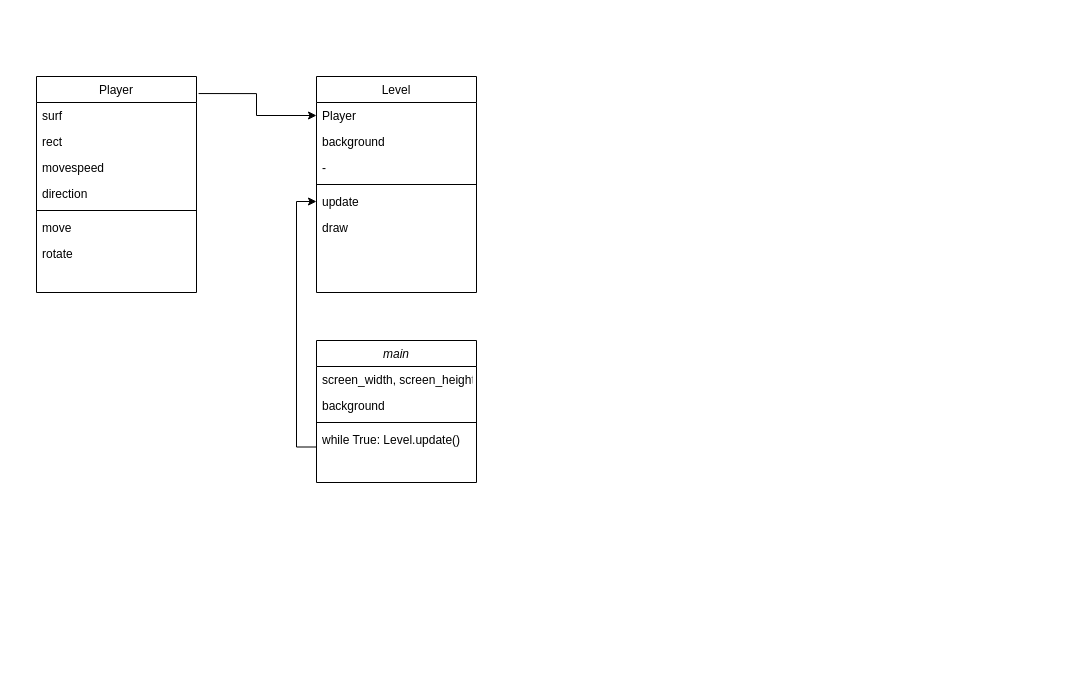
datameerkat/My-game-project keeps this draw.io diagram as Pseudo-code.drawio. Above is the earlier version. Source tidied: cells renumbered, new cells numbered last; positions are measured from the earlier drawing's top-left corner, leaving out a move shared by most shapes. Both pictures are drawn from the tidied source at 100%, with x=0, y=0 at pixel (36, 76).
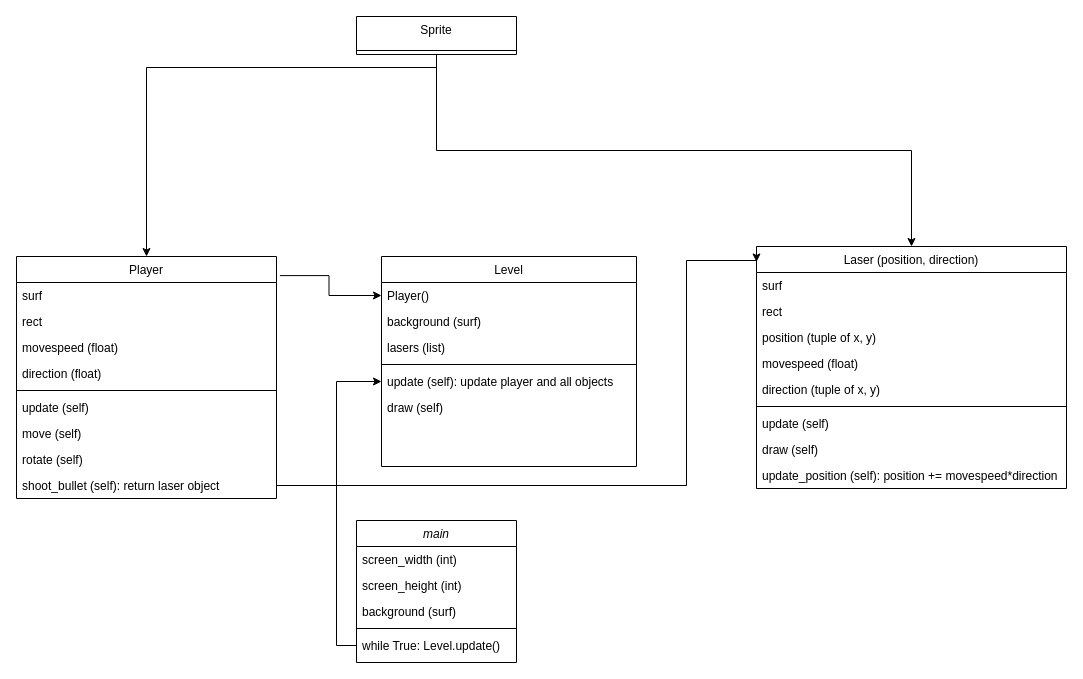
The same diagram, later.

Commit message:
laser class added

The edit, as a diff of the source:
```diff
@@
     <mxCell id="2" value="main" style="swimlane;fontStyle=2;align=center;verticalAlign=top;horizontal=1;startSize=26;rounded=0;shadow=0;strokeWidth=1;" parent="1" vertex="1">
-      <mxGeometry x="280" y="264" width="160" height="142" as="geometry" />
+      <mxGeometry x="320" y="444" width="160" height="142" as="geometry" />
     </mxCell>
-    <mxCell id="3" value="screen_width, screen_height" style="text;align=left;verticalAlign=top;spacingLeft=4;spacingRight=4;overflow=hidden;" parent="2" vertex="1">
+    <mxCell id="3" value="screen_width (int)" style="text;align=left;verticalAlign=top;spacingLeft=4;spacingRight=4;overflow=hidden;" parent="2" vertex="1">
       <mxGeometry y="26" width="160" height="26" as="geometry" />
     </mxCell>
-    <mxCell id="4" value="background" style="text;align=left;verticalAlign=top;spacingLeft=4;spacingRight=4;overflow=hidden;" parent="2" vertex="1">
+    <mxCell id="4" value="screen_height (int)" style="text;align=left;verticalAlign=top;spacingLeft=4;spacingRight=4;overflow=hidden;" parent="2" vertex="1">
       <mxGeometry y="52" width="160" height="26" as="geometry" />
     </mxCell>
+    <mxCell id="24" value="background (surf)" style="text;align=left;verticalAlign=top;spacingLeft=4;spacingRight=4;overflow=hidden;" parent="2" vertex="1">
+      <mxGeometry y="78" width="160" height="26" as="geometry" />
+    </mxCell>
     <mxCell id="5" style="line;html=1;strokeWidth=1;align=left;verticalAlign=middle;spacingTop=-1;spacingLeft=3;spacingRight=3;labelPosition=right;" parent="2" vertex="1">
-      <mxGeometry y="78" width="160" height="8" as="geometry" />
+      <mxGeometry y="104" width="160" height="8" as="geometry" />
     </mxCell>
     <mxCell id="6" value="while True: Level.update()" style="text;align=left;verticalAlign=top;spacingLeft=4;spacingRight=4;overflow=hidden;points=[[0,0.5],[1,0.5]];portConstraint=eastwest;" parent="2" vertex="1">
-      <mxGeometry y="86" width="160" height="26" as="geometry" />
+      <mxGeometry y="112" width="160" height="26" as="geometry" />
     </mxCell>
     <mxCell id="7" value="Player" style="swimlane;fontStyle=0;align=center;verticalAlign=top;horizontal=1;startSize=26;rounded=0;shadow=0;strokeWidth=1;" parent="1" vertex="1">
-      <mxGeometry width="160" height="216" as="geometry" />
+      <mxGeometry x="-20" y="180" width="260" height="242" as="geometry" />
     </mxCell>
     <mxCell id="8" value="surf " style="text;align=left;verticalAlign=top;spacingLeft=4;spacingRight=4;overflow=hidden;" parent="7" vertex="1">
-      <mxGeometry y="26" width="160" height="26" as="geometry" />
+      <mxGeometry y="26" width="260" height="26" as="geometry" />
     </mxCell>
     <mxCell id="9" value="rect" style="text;align=left;verticalAlign=top;spacingLeft=4;spacingRight=4;overflow=hidden;rounded=0;shadow=0;html=0;" parent="7" vertex="1">
-      <mxGeometry y="52" width="160" height="26" as="geometry" />
+      <mxGeometry y="52" width="260" height="26" as="geometry" />
     </mxCell>
-    <mxCell id="10" value="movespeed" style="text;align=left;verticalAlign=top;spacingLeft=4;spacingRight=4;overflow=hidden;rounded=0;shadow=0;html=0;" parent="7" vertex="1">
-      <mxGeometry y="78" width="160" height="26" as="geometry" />
+    <mxCell id="10" value="movespeed (float)" style="text;align=left;verticalAlign=top;spacingLeft=4;spacingRight=4;overflow=hidden;rounded=0;shadow=0;html=0;" parent="7" vertex="1">
+      <mxGeometry y="78" width="260" height="26" as="geometry" />
     </mxCell>
-    <mxCell id="11" value="direction" style="text;align=left;verticalAlign=top;spacingLeft=4;spacingRight=4;overflow=hidden;rounded=0;shadow=0;html=0;" parent="7" vertex="1">
-      <mxGeometry y="104" width="160" height="26" as="geometry" />
+    <mxCell id="11" value="direction (float)" style="text;align=left;verticalAlign=top;spacingLeft=4;spacingRight=4;overflow=hidden;rounded=0;shadow=0;html=0;" parent="7" vertex="1">
+      <mxGeometry y="104" width="260" height="26" as="geometry" />
     </mxCell>
     <mxCell id="12" style="line;html=1;strokeWidth=1;align=left;verticalAlign=middle;spacingTop=-1;spacingLeft=3;spacingRight=3;labelPosition=right;" parent="7" vertex="1">
-      <mxGeometry y="130" width="160" height="8" as="geometry" />
+      <mxGeometry y="130" width="260" height="8" as="geometry" />
     </mxCell>
+    <mxCell id="25" value="update (self)" style="text;align=left;verticalAlign=top;spacingLeft=4;spacingRight=4;overflow=hidden;rounded=0;shadow=0;html=0;" parent="7" vertex="1">
+      <mxGeometry y="138" width="260" height="26" as="geometry" />
+    </mxCell>
-    <mxCell id="13" value="move" style="text;align=left;verticalAlign=top;spacingLeft=4;spacingRight=4;overflow=hidden;" parent="7" vertex="1">
-      <mxGeometry y="138" width="160" height="26" as="geometry" />
+    <mxCell id="13" value="move (self)" style="text;align=left;verticalAlign=top;spacingLeft=4;spacingRight=4;overflow=hidden;" parent="7" vertex="1">
+      <mxGeometry y="164" width="260" height="26" as="geometry" />
     </mxCell>
-    <mxCell id="14" value="rotate" style="text;align=left;verticalAlign=top;spacingLeft=4;spacingRight=4;overflow=hidden;" parent="7" vertex="1">
-      <mxGeometry y="164" width="160" height="26" as="geometry" />
+    <mxCell id="14" value="rotate (self)" style="text;align=left;verticalAlign=top;spacingLeft=4;spacingRight=4;overflow=hidden;" parent="7" vertex="1">
+      <mxGeometry y="190" width="260" height="26" as="geometry" />
     </mxCell>
+    <mxCell id="26" value="shoot_bullet (self): return laser object" style="text;align=left;verticalAlign=top;spacingLeft=4;spacingRight=4;overflow=hidden;points=[[0,0.5],[1,0.5]];portConstraint=eastwest;" parent="7" vertex="1">
+      <mxGeometry y="216" width="260" height="26" as="geometry" />
+    </mxCell>
     <mxCell id="15" value="Level" style="swimlane;fontStyle=0;align=center;verticalAlign=top;horizontal=1;startSize=26;rounded=0;shadow=0;strokeWidth=1;" parent="1" vertex="1">
-      <mxGeometry x="280" width="160" height="216" as="geometry" />
+      <mxGeometry x="345" y="180" width="255" height="210" as="geometry" />
     </mxCell>
-    <mxCell id="16" value="Player" style="text;align=left;verticalAlign=top;spacingLeft=4;spacingRight=4;overflow=hidden;points=[[0,0.5],[1,0.5]];portConstraint=eastwest;" parent="15" vertex="1">
-      <mxGeometry y="26" width="160" height="26" as="geometry" />
+    <mxCell id="16" value="Player()" style="text;align=left;verticalAlign=top;spacingLeft=4;spacingRight=4;overflow=hidden;points=[[0,0.5],[1,0.5]];portConstraint=eastwest;" parent="15" vertex="1">
+      <mxGeometry y="26" width="255" height="26" as="geometry" />
     </mxCell>
-    <mxCell id="17" value="background" style="text;align=left;verticalAlign=top;spacingLeft=4;spacingRight=4;overflow=hidden;rounded=0;shadow=0;html=0;" parent="15" vertex="1">
-      <mxGeometry y="52" width="160" height="26" as="geometry" />
+    <mxCell id="17" value="background (surf)" style="text;align=left;verticalAlign=top;spacingLeft=4;spacingRight=4;overflow=hidden;rounded=0;shadow=0;html=0;" parent="15" vertex="1">
+      <mxGeometry y="52" width="255" height="26" as="geometry" />
     </mxCell>
-    <mxCell id="18" value="-" style="text;align=left;verticalAlign=top;spacingLeft=4;spacingRight=4;overflow=hidden;rounded=0;shadow=0;html=0;" parent="15" vertex="1">
-      <mxGeometry y="78" width="160" height="26" as="geometry" />
+    <mxCell id="18" value="lasers (list)" style="text;align=left;verticalAlign=top;spacingLeft=4;spacingRight=4;overflow=hidden;rounded=0;shadow=0;html=0;" parent="15" vertex="1">
+      <mxGeometry y="78" width="255" height="26" as="geometry" />
     </mxCell>
     <mxCell id="19" style="line;html=1;strokeWidth=1;align=left;verticalAlign=middle;spacingTop=-1;spacingLeft=3;spacingRight=3;labelPosition=right;" parent="15" vertex="1">
-      <mxGeometry y="104" width="160" height="8" as="geometry" />
+      <mxGeometry y="104" width="255" height="8" as="geometry" />
     </mxCell>
-    <mxCell id="20" value="update" style="text;align=left;verticalAlign=top;spacingLeft=4;spacingRight=4;overflow=hidden;points=[[0,0.5],[1,0.5]];portConstraint=eastwest;" parent="15" vertex="1">
-      <mxGeometry y="112" width="160" height="26" as="geometry" />
-    </mxCell>
-    <mxCell id="21" value="draw" style="text;align=left;verticalAlign=top;spacingLeft=4;spacingRight=4;overflow=hidden;points=[[0,0.5],[1,0.5]];portConstraint=eastwest;" parent="15" vertex="1">
-      <mxGeometry y="138" width="160" height="26" as="geometry" />
+    <mxCell id="21" value="update (self): update player and all objects" style="text;align=left;verticalAlign=top;spacingLeft=4;spacingRight=4;overflow=hidden;points=[[0,0.5],[1,0.5]];portConstraint=eastwest;" parent="15" vertex="1">
+      <mxGeometry y="112" width="255" height="26" as="geometry" />
     </mxCell>
+    <mxCell id="27" value="draw (self)" style="text;align=left;verticalAlign=top;spacingLeft=4;spacingRight=4;overflow=hidden;" parent="15" vertex="1">
+      <mxGeometry y="138" width="255" height="26" as="geometry" />
+    </mxCell>
@@
-    <mxCell id="23" style="edgeStyle=orthogonalEdgeStyle;rounded=0;jettySize=auto;html=1;exitX=0;exitY=0.75;exitDx=0;exitDy=0;entryX=0;entryY=0.5;entryDx=0;entryDy=0;" parent="1" edge="1" source="2" target="20">
-      <mxGeometry relative="1" as="geometry" />
-    </mxCell>
+    <mxCell id="28" value="Laser (position, direction)" style="swimlane;fontStyle=0;align=center;verticalAlign=top;horizontal=1;startSize=26;rounded=0;shadow=0;strokeWidth=1;" parent="1" vertex="1">
+      <mxGeometry x="720" y="170" width="310" height="242" as="geometry" />
+    </mxCell>
+    <mxCell id="29" value="surf" style="text;align=left;verticalAlign=top;spacingLeft=4;spacingRight=4;overflow=hidden;" parent="28" vertex="1">
+      <mxGeometry y="26" width="310" height="26" as="geometry" />
+    </mxCell>
+    <mxCell id="30" value="rect" style="text;align=left;verticalAlign=top;spacingLeft=4;spacingRight=4;overflow=hidden;rounded=0;shadow=0;html=0;" parent="28" vertex="1">
+      <mxGeometry y="52" width="310" height="26" as="geometry" />
+    </mxCell>
+    <mxCell id="31" value="position (tuple of x, y)" style="text;align=left;verticalAlign=top;spacingLeft=4;spacingRight=4;overflow=hidden;rounded=0;shadow=0;html=0;" parent="28" vertex="1">
+      <mxGeometry y="78" width="310" height="26" as="geometry" />
+    </mxCell>
+    <mxCell id="32" value="movespeed (float)" style="text;align=left;verticalAlign=top;spacingLeft=4;spacingRight=4;overflow=hidden;rounded=0;shadow=0;html=0;" parent="28" vertex="1">
+      <mxGeometry y="104" width="310" height="26" as="geometry" />
+    </mxCell>
+    <mxCell id="33" value="direction (tuple of x, y)" style="text;align=left;verticalAlign=top;spacingLeft=4;spacingRight=4;overflow=hidden;rounded=0;shadow=0;html=0;" parent="28" vertex="1">
+      <mxGeometry y="130" width="310" height="26" as="geometry" />
+    </mxCell>
+    <mxCell id="34" style="line;html=1;strokeWidth=1;align=left;verticalAlign=middle;spacingTop=-1;spacingLeft=3;spacingRight=3;labelPosition=right;" parent="28" vertex="1">
+      <mxGeometry y="156" width="310" height="8" as="geometry" />
+    </mxCell>
+    <mxCell id="35" value="update (self)" style="text;align=left;verticalAlign=top;spacingLeft=4;spacingRight=4;overflow=hidden;" parent="28" vertex="1">
+      <mxGeometry y="164" width="310" height="26" as="geometry" />
+    </mxCell>
+    <mxCell id="36" value="draw (self)" style="text;align=left;verticalAlign=top;spacingLeft=4;spacingRight=4;overflow=hidden;" parent="28" vertex="1">
+      <mxGeometry y="190" width="310" height="26" as="geometry" />
+    </mxCell>
+    <mxCell id="37" value="update_position (self): position += movespeed*direction" style="text;align=left;verticalAlign=top;spacingLeft=4;spacingRight=4;overflow=hidden;" parent="28" vertex="1">
+      <mxGeometry y="216" width="310" height="26" as="geometry" />
+    </mxCell>
+    <mxCell id="38" style="edgeStyle=orthogonalEdgeStyle;rounded=0;jettySize=auto;html=1;entryX=0.5;entryY=0;entryDx=0;entryDy=0;" parent="1" edge="1" target="7">
+      <mxGeometry relative="1" as="geometry">
+        <mxPoint x="400" y="-10" as="sourcePoint" />
+        <Array as="points">
+          <mxPoint x="400" y="-9" />
+          <mxPoint x="110" y="-9" />
+        </Array>
+      </mxGeometry>
+    </mxCell>
+    <mxCell id="39" style="edgeStyle=orthogonalEdgeStyle;rounded=0;jettySize=auto;html=1;exitX=0.5;exitY=1;exitDx=0;exitDy=0;entryX=0.5;entryY=0;entryDx=0;entryDy=0;" parent="1" edge="1" source="40" target="28">
+      <mxGeometry relative="1" as="geometry" />
+    </mxCell>
+    <mxCell id="40" value="Sprite" style="swimlane;fontStyle=0;align=center;verticalAlign=top;horizontal=1;startSize=50;rounded=0;shadow=0;strokeWidth=1;" parent="1" vertex="1">
+      <mxGeometry x="320" y="-60" width="160" height="38" as="geometry" />
+    </mxCell>
+    <mxCell id="41" style="line;html=1;strokeWidth=1;align=left;verticalAlign=middle;spacingTop=-1;spacingLeft=3;spacingRight=3;labelPosition=right;" parent="40" vertex="1">
+      <mxGeometry y="30" width="160" height="8" as="geometry" />
+    </mxCell>
+    <mxCell id="42" style="edgeStyle=orthogonalEdgeStyle;rounded=0;jettySize=auto;html=1;exitX=0;exitY=0.5;exitDx=0;exitDy=0;entryX=0;entryY=0.5;entryDx=0;entryDy=0;" parent="1" edge="1" source="6" target="21">
+      <mxGeometry relative="1" as="geometry" />
+    </mxCell>
+    <mxCell id="43" style="edgeStyle=orthogonalEdgeStyle;rounded=0;jettySize=auto;html=1;exitX=1;exitY=0.5;exitDx=0;exitDy=0;entryX=0;entryY=0.064;entryDx=0;entryDy=0;entryPerimeter=0;" parent="1" edge="1" source="26" target="28">
+      <mxGeometry relative="1" as="geometry">
+        <Array as="points">
+          <mxPoint x="650" y="409" />
+          <mxPoint x="650" y="184" />
+        </Array>
+      </mxGeometry>
+    </mxCell>
```
